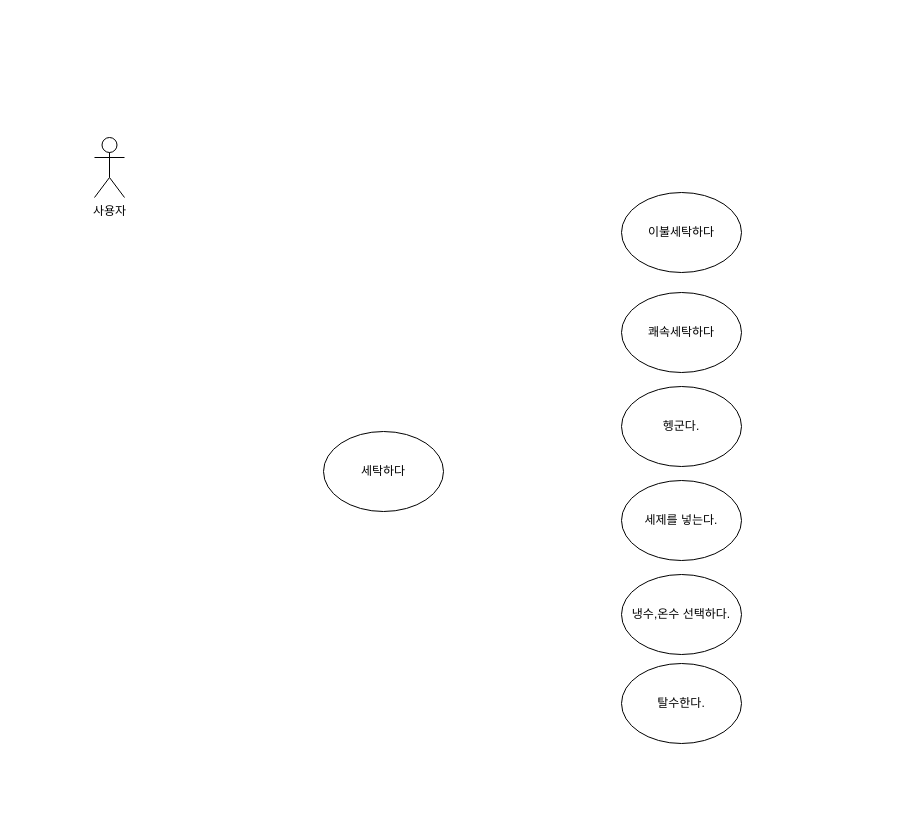
hamham1210/JavaStudy keeps this draw.io diagram as 제목 없는 다이어그램.drawio. Above is the earlier version. Source tidied: cells renumbered, new cells numbered last; positions are measured from the earlier drawing's top-left corner, leaving out a move shared by most shapes. Both pictures are drawn from the tidied source at 100%, with x=0, y=0 at pixel (94, 137).
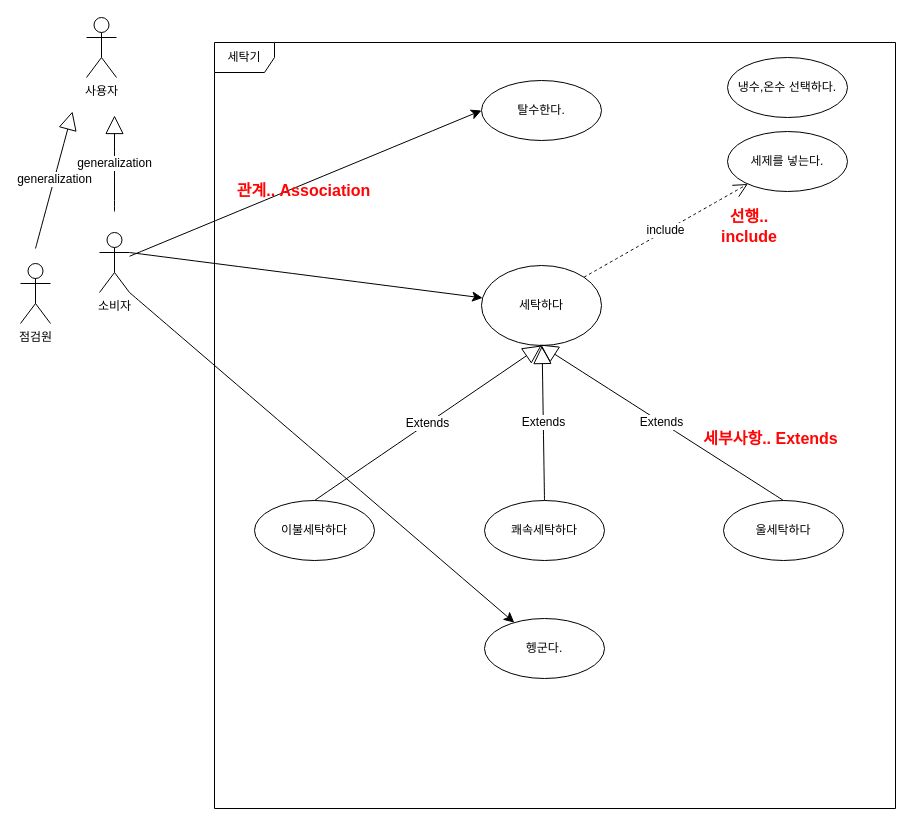
The same diagram, later.

Commit message (it also covers changes not shown here):
제목 없는 다이어그램.drawio 업데이트

Diff of the diagram source:
```diff
@@
-<mxGraphModel>
+<mxGraphModel background="#FFFFFF">
@@
+    <mxCell id="10" style="edgeStyle=none;curved=1;rounded=0;jettySize=auto;html=1;fontSize=12;startSize=8;endSize=8;exitX=1;exitY=0.3333333333333333;exitDx=0;exitDy=0;exitPerimeter=0;" parent="1" edge="1" source="2" target="3">
+      <mxGeometry relative="1" as="geometry" />
+    </mxCell>
-    <mxCell id="2" value="사용자" style="shape=umlActor;verticalLabelPosition=bottom;verticalAlign=top;html=1;outlineConnect=0;" parent="1" vertex="1">
-      <mxGeometry width="30" height="60" as="geometry" />
+    <mxCell id="2" value="소비자" style="shape=umlActor;verticalLabelPosition=bottom;verticalAlign=top;html=1;outlineConnect=0;" parent="1" vertex="1">
+      <mxGeometry x="5" y="95" width="30" height="60" as="geometry" />
     </mxCell>
     <mxCell id="3" value="세탁하다" style="ellipse;whiteSpace=wrap;html=1;" parent="1" vertex="1">
-      <mxGeometry x="229" y="294" width="120" height="80" as="geometry" />
+      <mxGeometry x="387" y="128" width="120" height="80" as="geometry" />
     </mxCell>
     <mxCell id="4" value="이불세탁하다" style="ellipse;whiteSpace=wrap;html=1;" parent="1" vertex="1">
-      <mxGeometry x="527" y="55" width="120" height="80" as="geometry" />
+      <mxGeometry x="160" y="363" width="120" height="60" as="geometry" />
     </mxCell>
     <mxCell id="5" value="쾌속세탁하다" style="ellipse;whiteSpace=wrap;html=1;" parent="1" vertex="1">
-      <mxGeometry x="527" y="155" width="120" height="80" as="geometry" />
+      <mxGeometry x="390" y="363" width="120" height="60" as="geometry" />
     </mxCell>
     <mxCell id="6" value="헹군다." style="ellipse;whiteSpace=wrap;html=1;" parent="1" vertex="1">
-      <mxGeometry x="527" y="249" width="120" height="80" as="geometry" />
+      <mxGeometry x="390" y="481" width="120" height="60" as="geometry" />
     </mxCell>
     <mxCell id="7" value="세제를 넣는다." style="ellipse;whiteSpace=wrap;html=1;" parent="1" vertex="1">
-      <mxGeometry x="527" y="343" width="120" height="80" as="geometry" />
+      <mxGeometry x="633" y="-6" width="120" height="60" as="geometry" />
     </mxCell>
     <mxCell id="8" value="냉수,온수 선택하다." style="ellipse;whiteSpace=wrap;html=1;" parent="1" vertex="1">
-      <mxGeometry x="527" y="437" width="120" height="80" as="geometry" />
+      <mxGeometry x="633" y="-80" width="120" height="60" as="geometry" />
     </mxCell>
     <mxCell id="9" value="탈수한다." style="ellipse;whiteSpace=wrap;html=1;" parent="1" vertex="1">
-      <mxGeometry x="527" y="526" width="120" height="80" as="geometry" />
+      <mxGeometry x="387" y="-57" width="120" height="60" as="geometry" />
     </mxCell>
+    <mxCell id="11" value="세탁기" style="shape=umlFrame;whiteSpace=wrap;html=1;" parent="1" vertex="1">
+      <mxGeometry x="120" y="-95" width="681" height="766" as="geometry" />
+    </mxCell>
+    <mxCell id="12" value="울세탁하다" style="ellipse;whiteSpace=wrap;html=1;" parent="1" vertex="1">
+      <mxGeometry x="629" y="363" width="120" height="60" as="geometry" />
+    </mxCell>
+    <mxCell id="13" value="Extends" style="endArrow=block;endSize=16;endFill=0;html=1;rounded=0;fontSize=12;curved=1;exitX=0.5;exitY=0;exitDx=0;exitDy=0;entryX=0.5;entryY=1;entryDx=0;entryDy=0;" parent="1" edge="1" source="4" target="3">
+      <mxGeometry relative="1" as="geometry" />
+    </mxCell>
+    <mxCell id="14" value="Extends" style="endArrow=block;endSize=16;endFill=0;html=1;rounded=0;fontSize=12;curved=1;exitX=0.5;exitY=0;exitDx=0;exitDy=0;" parent="1" edge="1" source="5" target="3">
+      <mxGeometry relative="1" as="geometry" />
+    </mxCell>
+    <mxCell id="15" value="Extends" style="endArrow=block;endSize=16;endFill=0;html=1;rounded=0;fontSize=12;curved=1;exitX=0.5;exitY=0;exitDx=0;exitDy=0;" parent="1" edge="1" source="12">
+      <mxGeometry relative="1" as="geometry">
+        <mxPoint x="445" y="207" as="targetPoint" />
+      </mxGeometry>
+    </mxCell>
+    <mxCell id="16" style="edgeStyle=none;curved=1;rounded=0;jettySize=auto;html=1;fontSize=12;startSize=8;endSize=8;entryX=0;entryY=0.5;entryDx=0;entryDy=0;" parent="1" edge="1" source="2" target="9">
+      <mxGeometry relative="1" as="geometry" />
+    </mxCell>
+    <mxCell id="17" style="edgeStyle=none;curved=1;rounded=0;jettySize=auto;html=1;fontSize=12;startSize=8;endSize=8;exitX=1;exitY=1;exitDx=0;exitDy=0;exitPerimeter=0;" parent="1" edge="1" source="2" target="6">
+      <mxGeometry relative="1" as="geometry" />
+    </mxCell>
+    <mxCell id="18" value="include" style="endArrow=open;endSize=12;dashed=1;html=1;rounded=0;fontSize=12;curved=1;exitX=1;exitY=0;exitDx=0;exitDy=0;" parent="1" edge="1" source="3" target="7">
+      <mxGeometry relative="1" as="geometry" />
+    </mxCell>
+    <mxCell id="19" value="&lt;b&gt;&lt;font color=&quot;#ff0505&quot;&gt;선행.. include&lt;/font&gt;&lt;/b&gt;" style="text;html=1;align=center;verticalAlign=middle;whiteSpace=wrap;rounded=0;fontSize=16;" parent="1" vertex="1">
+      <mxGeometry x="625" y="74" width="60" height="30" as="geometry" />
+    </mxCell>
+    <mxCell id="20" value="&lt;font color=&quot;#ff0505&quot;&gt;&lt;b&gt;세부사항.. Extends&lt;/b&gt;&lt;/font&gt;" style="text;html=1;align=center;verticalAlign=middle;whiteSpace=wrap;rounded=0;fontSize=16;" parent="1" vertex="1">
+      <mxGeometry x="604" y="286" width="145" height="30" as="geometry" />
+    </mxCell>
+    <mxCell id="21" value="&lt;font color=&quot;#ff0505&quot;&gt;&lt;b&gt;관계.. Association&lt;/b&gt;&lt;/font&gt;" style="text;html=1;align=center;verticalAlign=middle;whiteSpace=wrap;rounded=0;fontSize=16;" parent="1" vertex="1">
+      <mxGeometry x="137" y="38" width="145" height="30" as="geometry" />
+    </mxCell>
+    <mxCell id="22" value="사용자&lt;div&gt;&lt;br&gt;&lt;/div&gt;" style="shape=umlActor;verticalLabelPosition=bottom;verticalAlign=top;html=1;" parent="1" vertex="1">
+      <mxGeometry x="-8" y="-120" width="30" height="60" as="geometry" />
+    </mxCell>
+    <mxCell id="23" value="점검원" style="shape=umlActor;verticalLabelPosition=bottom;verticalAlign=top;html=1;" parent="1" vertex="1">
+      <mxGeometry x="-74" y="126" width="30" height="60" as="geometry" />
+    </mxCell>
+    <mxCell id="24" value="generalization" style="endArrow=block;endSize=16;endFill=0;html=1;rounded=0;fontSize=12;curved=1;" parent="1" edge="1">
+      <mxGeometry relative="1" as="geometry">
+        <mxPoint x="-59" y="111" as="sourcePoint" />
+        <mxPoint x="-22" y="-26" as="targetPoint" />
+      </mxGeometry>
+    </mxCell>
+    <mxCell id="25" value="generalization" style="endArrow=block;endSize=16;endFill=0;html=1;rounded=0;fontSize=12;curved=1;" parent="1" edge="1">
+      <mxGeometry relative="1" as="geometry">
+        <mxPoint x="20" y="74" as="sourcePoint" />
+        <mxPoint x="20" y="-22" as="targetPoint" />
+      </mxGeometry>
+    </mxCell>
+    <mxCell id="26" style="edgeStyle=none;curved=1;rounded=0;orthogonalLoop=1;jettySize=auto;html=1;exitX=0;exitY=0;exitDx=0;exitDy=0;fontSize=12;startSize=8;endSize=8;" parent="1" edge="1" source="6" target="6">
+      <mxGeometry relative="1" as="geometry" />
+    </mxCell>
```
